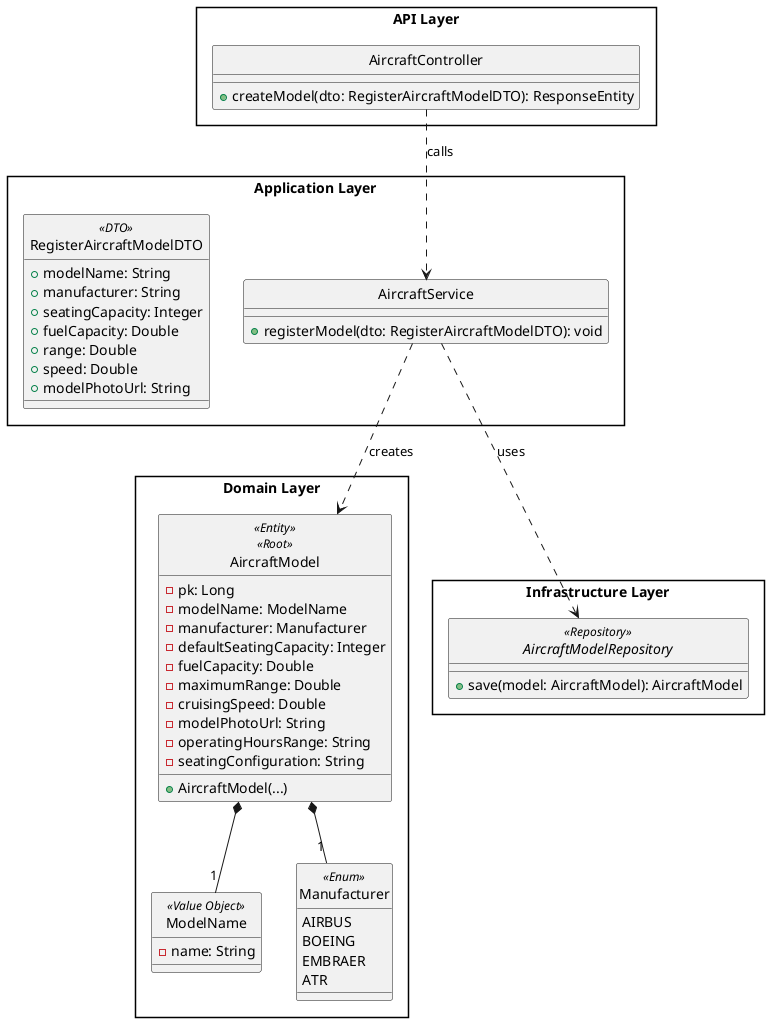
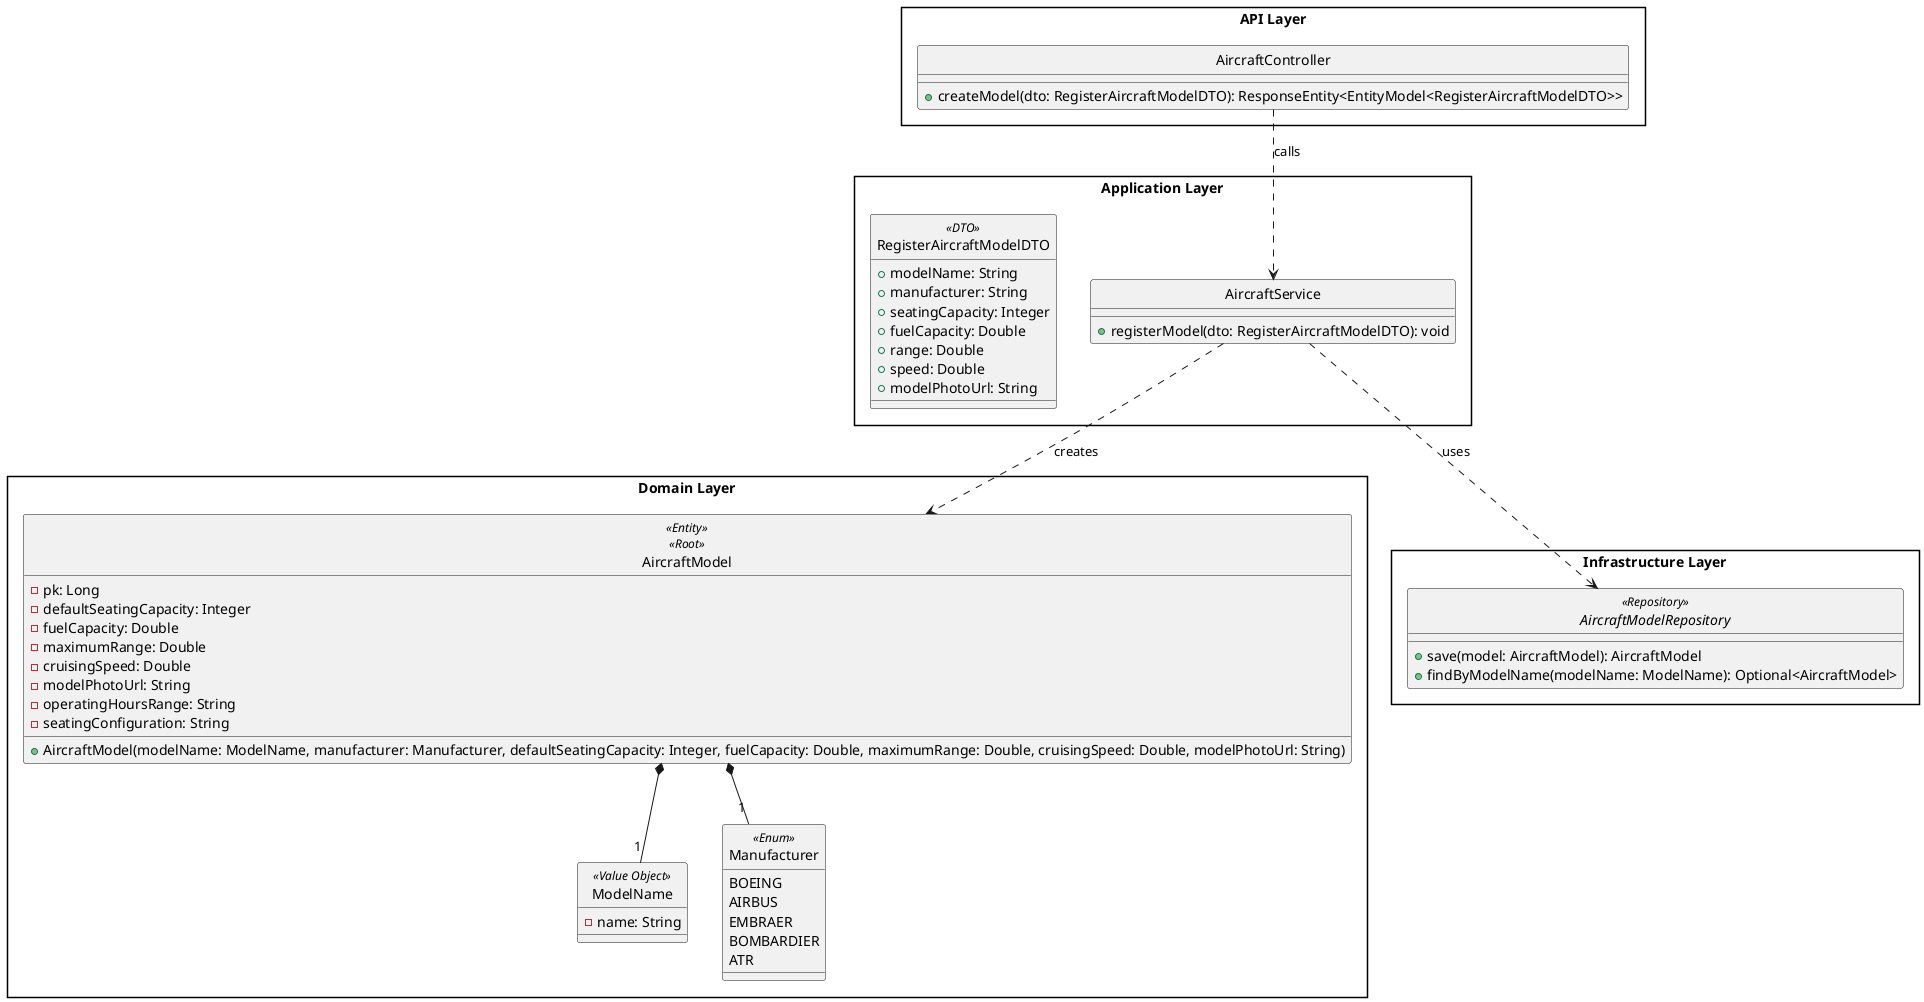
@startuml
skinparam style strictuml
skinparam packageStyle rectangle

package "API Layer" {
    class AircraftController {
-         + createModel(dto: RegisterAircraftModelDTO): ResponseEntity
+         + createModel(dto: RegisterAircraftModelDTO): ResponseEntity<EntityModel<RegisterAircraftModelDTO>>
    }
}

package "Application Layer" {
    class AircraftService {
        + registerModel(dto: RegisterAircraftModelDTO): void
    }
    class RegisterAircraftModelDTO <<DTO>> {
        + modelName: String
        + manufacturer: String
        + seatingCapacity: Integer
        + fuelCapacity: Double
        + range: Double
        + speed: Double
        + modelPhotoUrl: String
    }
}

package "Domain Layer" {
    class AircraftModel <<Entity>> <<Root>> {
        - pk: Long
-         - modelName: ModelName
-         - manufacturer: Manufacturer
        - defaultSeatingCapacity: Integer
        - fuelCapacity: Double
        - maximumRange: Double
        - cruisingSpeed: Double
        - modelPhotoUrl: String
        - operatingHoursRange: String
        - seatingConfiguration: String
-         + AircraftModel(...)
+         + AircraftModel(modelName: ModelName, manufacturer: Manufacturer, defaultSeatingCapacity: Integer, fuelCapacity: Double, maximumRange: Double, cruisingSpeed: Double, modelPhotoUrl: String)
    }

    class ModelName <<Value Object>> {
        - name: String
    }

    enum Manufacturer <<Enum>> {
+         BOEING
        AIRBUS
-         BOEING
        EMBRAER
+         BOMBARDIER
        ATR
    }
}

package "Infrastructure Layer" {
    interface AircraftModelRepository <<Repository>> {
        + save(model: AircraftModel): AircraftModel
+         + findByModelName(modelName: ModelName): Optional<AircraftModel>
    }
}

AircraftController .down.> AircraftService : calls
AircraftService .down.> AircraftModelRepository : uses
AircraftService .down.> AircraftModel : creates
AircraftModel *-- "1" ModelName
AircraftModel *-- "1" Manufacturer

@enduml